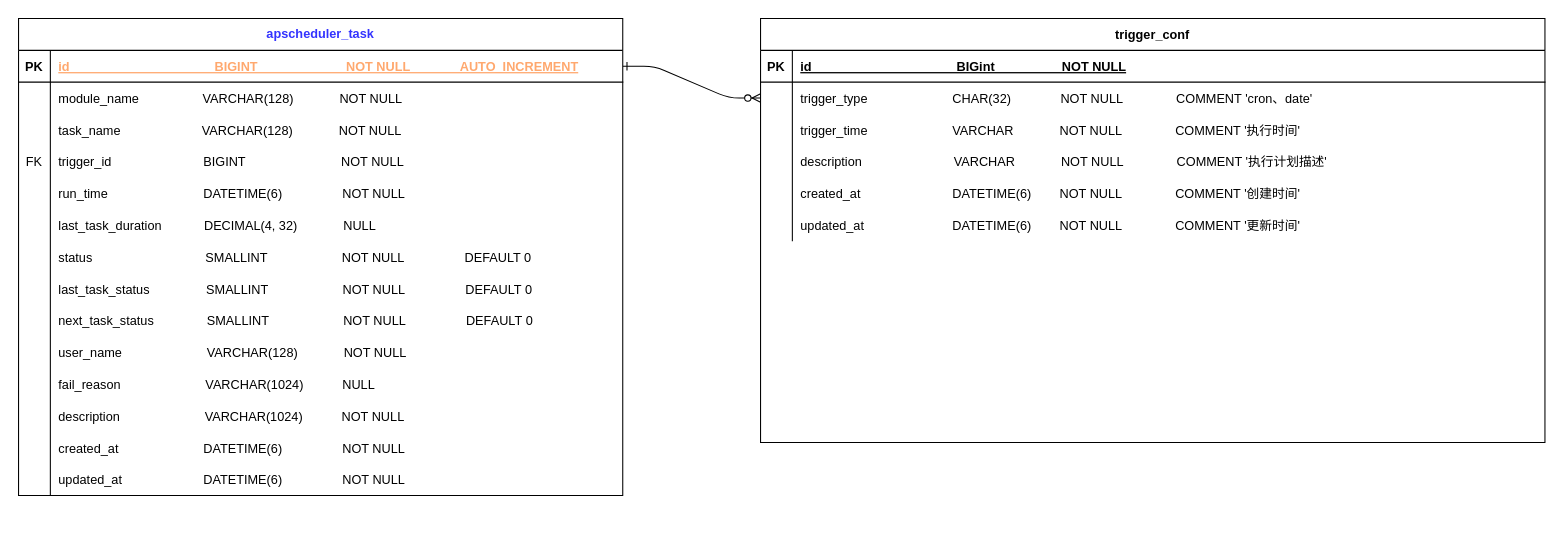
1325075688gw/-offer keeps this draw.io diagram as 未命名绘图.drawio. Above is the earlier version. Source tidied: cells renumbered, new cells numbered last; positions are measured from the earlier drawing's top-left corner, leaving out a move shared by most shapes. Both pictures are drawn from the tidied source at 106%, with x=0, y=0 at pixel (18, 18).
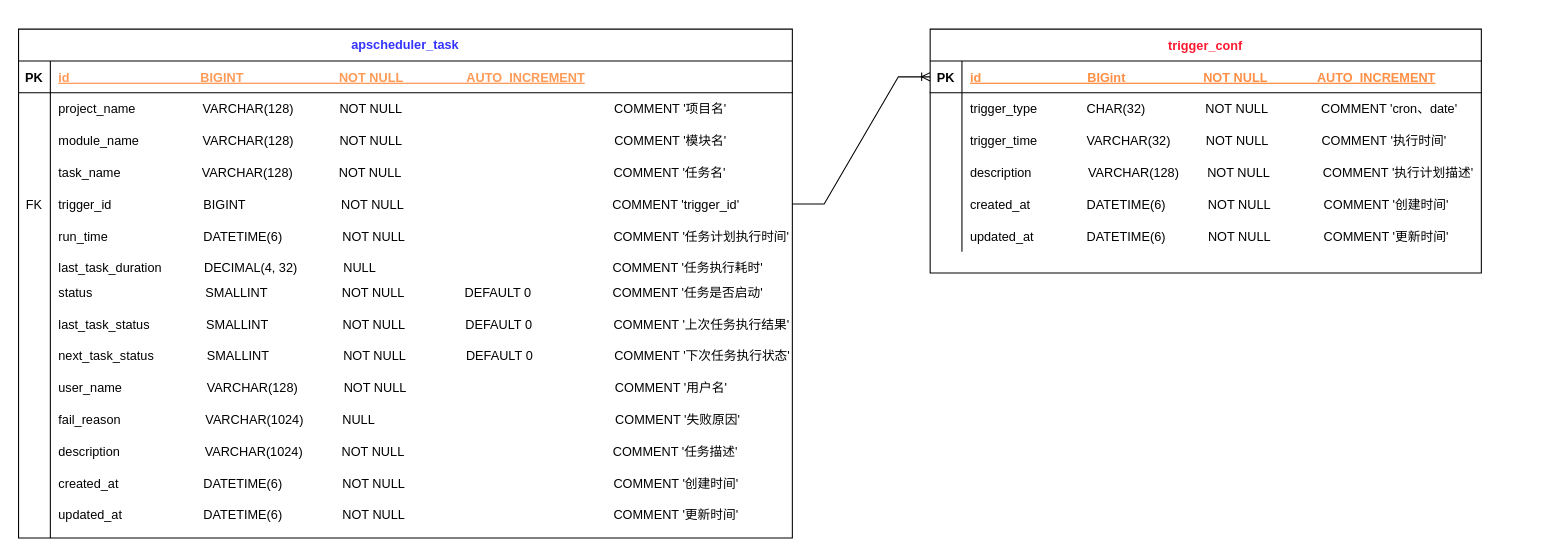
The same diagram, later.

Commit message:
更新未命名绘图.drawio

Change to the diagram source:
```diff
@@
-    <mxCell id="2" style="edgeStyle=entityRelationEdgeStyle;endArrow=ERzeroToMany;startArrow=ERone;endFill=1;startFill=0;" parent="1" edge="1" source="23" target="7">
-      <mxGeometry relative="1" as="geometry" />
-    </mxCell>
-    <mxCell id="3" value="trigger_conf" style="shape=table;startSize=30;childLayout=tableLayout;rowLines=0;fontStyle=1;align=center;swimlaneFillColor=default;" parent="1" vertex="1">
-      <mxGeometry x="700" width="740" height="400" as="geometry" />
+    <mxCell id="3" value="trigger_conf" style="shape=table;startSize=30;childLayout=tableLayout;rowLines=0;fontStyle=1;align=center;swimlaneFillColor=default;fontColor=#FF1930;" parent="1" vertex="1">
+      <mxGeometry x="860" y="10" width="520" height="230" as="geometry" />
     </mxCell>
     <mxCell id="4" style="shape=partialRectangle;fillColor=none;points=[[0,0.5],[1,0.5]];portConstraint=eastwest;top=0;left=0;right=0;bottom=1;" parent="3" vertex="1">
-      <mxGeometry y="30" width="740" height="30" as="geometry" />
+      <mxGeometry y="30" width="520" height="30" as="geometry" />
     </mxCell>
@@
-    <mxCell id="6" value="id                                         BIGint                   NOT NULL " style="shape=partialRectangle;overflow=hidden;fillColor=none;top=0;left=0;bottom=0;right=0;align=left;spacingLeft=6;fontStyle=5;" parent="4" vertex="1">
-      <mxGeometry x="30" width="710" height="30" as="geometry" />
+    <mxCell id="6" value="id                              BIGint                      NOT NULL              AUTO_INCREMENT " style="shape=partialRectangle;overflow=hidden;fillColor=none;top=0;left=0;bottom=0;right=0;align=left;spacingLeft=6;fontStyle=5;fontColor=#FF8F45;" parent="4" vertex="1">
+      <mxGeometry x="30" width="490" height="30" as="geometry" />
     </mxCell>
     <mxCell id="7" style="shape=partialRectangle;fillColor=none;points=[[0,0.5],[1,0.5]];portConstraint=eastwest;top=0;left=0;right=0;bottom=0;" parent="3" vertex="1">
-      <mxGeometry y="60" width="740" height="30" as="geometry" />
+      <mxGeometry y="60" width="520" height="30" as="geometry" />
     </mxCell>
@@
-    <mxCell id="9" value="trigger_type                        CHAR(32)              NOT NULL               COMMENT 'cron、date'" style="shape=partialRectangle;overflow=hidden;fillColor=none;top=0;left=0;bottom=0;right=0;align=left;spacingLeft=6;" parent="7" vertex="1">
-      <mxGeometry x="30" width="710" height="30" as="geometry" />
+    <mxCell id="9" value="trigger_type              CHAR(32)                 NOT NULL               COMMENT 'cron、date'" style="shape=partialRectangle;overflow=hidden;fillColor=none;top=0;left=0;bottom=0;right=0;align=left;spacingLeft=6;" parent="7" vertex="1">
+      <mxGeometry x="30" width="490" height="30" as="geometry" />
     </mxCell>
     <mxCell id="10" style="shape=partialRectangle;fillColor=none;top=0;left=0;right=0;bottom=0;" parent="3" vertex="1">
-      <mxGeometry y="90" width="740" height="30" as="geometry" />
+      <mxGeometry y="90" width="520" height="30" as="geometry" />
     </mxCell>
@@
-    <mxCell id="12" value="trigger_time                        VARCHAR             NOT NULL               COMMENT '执行时间'" style="shape=partialRectangle;overflow=hidden;fillColor=none;top=0;left=0;bottom=0;right=0;align=left;spacingLeft=6;" parent="10" vertex="1">
-      <mxGeometry x="30" width="710" height="30" as="geometry" />
+    <mxCell id="12" value="trigger_time              VARCHAR(32)          NOT NULL               COMMENT '执行时间'" style="shape=partialRectangle;overflow=hidden;fillColor=none;top=0;left=0;bottom=0;right=0;align=left;spacingLeft=6;" parent="10" vertex="1">
+      <mxGeometry x="30" width="490" height="30" as="geometry" />
     </mxCell>
     <mxCell id="13" style="shape=partialRectangle;fillColor=none;top=0;left=0;right=0;bottom=0;" parent="3" vertex="1">
-      <mxGeometry y="120" width="740" height="30" as="geometry" />
+      <mxGeometry y="120" width="520" height="30" as="geometry" />
     </mxCell>
@@
-    <mxCell id="15" value="description                          VARCHAR             NOT NULL               COMMENT '执行计划描述'" style="shape=partialRectangle;overflow=hidden;fillColor=none;top=0;left=0;bottom=0;right=0;align=left;spacingLeft=6;" parent="13" vertex="1">
-      <mxGeometry x="30" width="710" height="30" as="geometry" />
+    <mxCell id="15" value="description                VARCHAR(128)        NOT NULL               COMMENT '执行计划描述'" style="shape=partialRectangle;overflow=hidden;fillColor=none;top=0;left=0;bottom=0;right=0;align=left;spacingLeft=6;" parent="13" vertex="1">
+      <mxGeometry x="30" width="490" height="30" as="geometry" />
     </mxCell>
     <mxCell id="16" style="shape=partialRectangle;fillColor=none;top=0;left=0;right=0;bottom=0;" parent="3" vertex="1">
-      <mxGeometry y="150" width="740" height="30" as="geometry" />
+      <mxGeometry y="150" width="520" height="30" as="geometry" />
     </mxCell>
@@
-    <mxCell id="18" value="created_at                          DATETIME(6)        NOT NULL               COMMENT '创建时间'" style="shape=partialRectangle;overflow=hidden;fillColor=none;top=0;left=0;bottom=0;right=0;align=left;spacingLeft=6;" parent="16" vertex="1">
-      <mxGeometry x="30" width="710" height="30" as="geometry" />
+    <mxCell id="18" value="created_at                DATETIME(6)            NOT NULL               COMMENT '创建时间'" style="shape=partialRectangle;overflow=hidden;fillColor=none;top=0;left=0;bottom=0;right=0;align=left;spacingLeft=6;" parent="16" vertex="1">
+      <mxGeometry x="30" width="490" height="30" as="geometry" />
     </mxCell>
     <mxCell id="19" style="shape=partialRectangle;fillColor=none;top=0;left=0;right=0;bottom=0;" parent="3" vertex="1">
-      <mxGeometry y="180" width="740" height="30" as="geometry" />
+      <mxGeometry y="180" width="520" height="30" as="geometry" />
     </mxCell>
@@
-    <mxCell id="21" value="updated_at                         DATETIME(6)        NOT NULL               COMMENT '更新时间'" style="shape=partialRectangle;overflow=hidden;fillColor=none;top=0;left=0;bottom=0;right=0;align=left;spacingLeft=6;" parent="19" vertex="1">
-      <mxGeometry x="30" width="710" height="30" as="geometry" />
+    <mxCell id="21" value="updated_at               DATETIME(6)            NOT NULL               COMMENT '更新时间'" style="shape=partialRectangle;overflow=hidden;fillColor=none;top=0;left=0;bottom=0;right=0;align=left;spacingLeft=6;" parent="19" vertex="1">
+      <mxGeometry x="30" width="490" height="30" as="geometry" />
     </mxCell>
     <mxCell id="22" value="apscheduler_task" style="shape=table;startSize=30;childLayout=tableLayout;rowLines=0;fontStyle=1;align=center;fontColor=#3333FF;whiteSpace=wrap;swimlaneFillColor=default;gradientColor=none;" parent="1" vertex="1">
-      <mxGeometry width="570" height="450" as="geometry" />
+      <mxGeometry y="10" width="730" height="480" as="geometry" />
     </mxCell>
     <mxCell id="23" style="shape=partialRectangle;fillColor=none;points=[[0,0.5],[1,0.5]];portConstraint=eastwest;top=0;left=0;right=0;bottom=1;" parent="22" vertex="1">
-      <mxGeometry y="30" width="570" height="30" as="geometry" />
+      <mxGeometry y="30" width="730" height="30" as="geometry" />
     </mxCell>
@@
-    <mxCell id="25" value="id                                         BIGINT                         NOT NULL              AUTO_INCREMENT" style="shape=partialRectangle;overflow=hidden;fillColor=none;top=0;left=0;bottom=0;right=0;align=left;spacingLeft=6;fontStyle=5;fontColor=#FFA86E;" parent="23" vertex="1">
-      <mxGeometry x="30" width="540" height="30" as="geometry" />
+    <mxCell id="25" value="id                                     BIGINT                           NOT NULL                  AUTO_INCREMENT" style="shape=partialRectangle;overflow=hidden;fillColor=none;top=0;left=0;bottom=0;right=0;align=left;spacingLeft=6;fontStyle=5;fontColor=#FF9A57;" parent="23" vertex="1">
+      <mxGeometry x="30" width="700" height="30" as="geometry" />
     </mxCell>
     <mxCell id="26" style="shape=partialRectangle;fillColor=none;top=0;left=0;right=0;bottom=0;" parent="22" vertex="1">
-      <mxGeometry y="60" width="570" height="30" as="geometry" />
+      <mxGeometry y="60" width="730" height="30" as="geometry" />
     </mxCell>
@@
-    <mxCell id="28" value="module_name                  VARCHAR(128)             NOT NULL" style="shape=partialRectangle;overflow=hidden;fillColor=none;top=0;left=0;bottom=0;right=0;align=left;spacingLeft=6;strokeColor=#EDFAFF;" parent="26" vertex="1">
-      <mxGeometry x="30" width="540" height="30" as="geometry" />
+    <mxCell id="28" value="project_name                   VARCHAR(128)             NOT NULL                                                            COMMENT '项目名'" style="shape=partialRectangle;overflow=hidden;fillColor=none;top=0;left=0;bottom=0;right=0;align=left;spacingLeft=6;strokeColor=#EDFAFF;" parent="26" vertex="1">
+      <mxGeometry x="30" width="700" height="30" as="geometry" />
     </mxCell>
+    <mxCell id="65" style="shape=partialRectangle;fillColor=none;top=0;left=0;right=0;bottom=0;" parent="22" vertex="1">
+      <mxGeometry y="90" width="730" height="30" as="geometry" />
+    </mxCell>
+    <mxCell id="66" style="shape=partialRectangle;overflow=hidden;fillColor=none;top=0;left=0;bottom=0;right=0;" parent="65" vertex="1">
+      <mxGeometry width="30" height="30" as="geometry" />
+    </mxCell>
+    <mxCell id="67" value="module_name                  VARCHAR(128)             NOT NULL                                                            COMMENT '模块名'" style="shape=partialRectangle;overflow=hidden;fillColor=none;top=0;left=0;bottom=0;right=0;align=left;spacingLeft=6;strokeColor=#EDFAFF;" parent="65" vertex="1">
+      <mxGeometry x="30" width="700" height="30" as="geometry" />
+    </mxCell>
     <mxCell id="29" style="shape=partialRectangle;fillColor=none;top=0;left=0;right=0;bottom=0;" parent="22" vertex="1">
-      <mxGeometry y="90" width="570" height="30" as="geometry" />
+      <mxGeometry y="120" width="730" height="30" as="geometry" />
     </mxCell>
@@
-    <mxCell id="31" value="task_name                       VARCHAR(128)             NOT NULL" style="shape=partialRectangle;overflow=hidden;fillColor=none;top=0;left=0;bottom=0;right=0;align=left;spacingLeft=6;strokeColor=#EDFAFF;" parent="29" vertex="1">
-      <mxGeometry x="30" width="540" height="30" as="geometry" />
+    <mxCell id="31" value="task_name                       VARCHAR(128)             NOT NULL                                                            COMMENT '任务名'" style="shape=partialRectangle;overflow=hidden;fillColor=none;top=0;left=0;bottom=0;right=0;align=left;spacingLeft=6;strokeColor=#EDFAFF;" parent="29" vertex="1">
+      <mxGeometry x="30" width="700" height="30" as="geometry" />
     </mxCell>
     <mxCell id="32" style="shape=partialRectangle;fillColor=none;points=[[0,0.5],[1,0.5]];portConstraint=eastwest;top=0;left=0;right=0;bottom=0;" parent="22" vertex="1">
-      <mxGeometry y="120" width="570" height="30" as="geometry" />
+      <mxGeometry y="150" width="730" height="30" as="geometry" />
     </mxCell>
@@
-    <mxCell id="34" value="trigger_id                          BIGINT                           NOT NULL" style="shape=partialRectangle;overflow=hidden;fillColor=none;top=0;left=0;bottom=0;right=0;align=left;spacingLeft=6;strokeColor=#EDFAFF;" parent="32" vertex="1">
-      <mxGeometry x="30" width="540" height="30" as="geometry" />
+    <mxCell id="34" value="trigger_id                          BIGINT                           NOT NULL                                                           COMMENT 'trigger_id'" style="shape=partialRectangle;overflow=hidden;fillColor=none;top=0;left=0;bottom=0;right=0;align=left;spacingLeft=6;strokeColor=#EDFAFF;" parent="32" vertex="1">
+      <mxGeometry x="30" width="700" height="30" as="geometry" />
     </mxCell>
     <mxCell id="35" style="shape=partialRectangle;fillColor=none;top=0;left=0;right=0;bottom=0;" parent="22" vertex="1">
-      <mxGeometry y="150" width="570" height="30" as="geometry" />
+      <mxGeometry y="180" width="730" height="30" as="geometry" />
     </mxCell>
@@
-    <mxCell id="37" value="run_time                           DATETIME(6)                 NOT NULL" style="shape=partialRectangle;overflow=hidden;fillColor=none;top=0;left=0;bottom=0;right=0;align=left;spacingLeft=6;strokeColor=#EDFAFF;" parent="35" vertex="1">
-      <mxGeometry x="30" width="540" height="30" as="geometry" />
+    <mxCell id="37" value="run_time                           DATETIME(6)                 NOT NULL                                                           COMMENT '任务计划执行时间'" style="shape=partialRectangle;overflow=hidden;fillColor=none;top=0;left=0;bottom=0;right=0;align=left;spacingLeft=6;strokeColor=#EDFAFF;" parent="35" vertex="1">
+      <mxGeometry x="30" width="700" height="30" as="geometry" />
     </mxCell>
     <mxCell id="38" style="shape=partialRectangle;fillColor=none;top=0;left=0;right=0;bottom=0;" parent="22" vertex="1">
-      <mxGeometry y="180" width="570" height="30" as="geometry" />
+      <mxGeometry y="210" width="730" height="30" as="geometry" />
     </mxCell>
@@
-    <mxCell id="40" value="last_task_duration            DECIMAL(4, 32)             NULL                        " style="shape=partialRectangle;overflow=hidden;fillColor=none;top=0;left=0;bottom=0;right=0;align=left;spacingLeft=6;strokeColor=#EDFAFF;" parent="38" vertex="1">
-      <mxGeometry x="30" width="540" height="30" as="geometry" />
+    <mxCell id="40" value="last_task_duration            DECIMAL(4, 32)             NULL                                                                   COMMENT '任务执行耗时'" style="shape=partialRectangle;overflow=hidden;fillColor=none;top=0;left=0;bottom=0;right=0;align=left;spacingLeft=6;strokeColor=#EDFAFF;" parent="38" vertex="1">
+      <mxGeometry x="30" width="700" height="30" as="geometry" />
     </mxCell>
     <mxCell id="41" style="shape=partialRectangle;fillColor=none;top=0;left=0;right=0;bottom=0;" parent="22" vertex="1">
-      <mxGeometry y="210" width="570" height="30" as="geometry" />
+      <mxGeometry y="240" width="730" height="30" as="geometry" />
     </mxCell>
@@
-    <mxCell id="43" value="status                                SMALLINT                     NOT NULL                 DEFAULT 0 " style="shape=partialRectangle;overflow=hidden;fillColor=none;top=0;left=0;bottom=0;right=0;align=left;spacingLeft=6;strokeColor=#EDFAFF;" parent="41" vertex="1">
-      <mxGeometry x="30" width="540" height="30" as="geometry" />
+    <mxCell id="43" value="status                                SMALLINT                     NOT NULL                 DEFAULT 0                       COMMENT '任务是否启动'&#10;              " style="shape=partialRectangle;overflow=hidden;fillColor=none;top=0;left=0;bottom=0;right=0;align=left;spacingLeft=6;strokeColor=#EDFAFF;" parent="41" vertex="1">
+      <mxGeometry x="30" width="700" height="30" as="geometry" />
     </mxCell>
     <mxCell id="44" style="shape=partialRectangle;fillColor=none;top=0;left=0;right=0;bottom=0;" parent="22" vertex="1">
-      <mxGeometry y="240" width="570" height="30" as="geometry" />
+      <mxGeometry y="270" width="730" height="30" as="geometry" />
     </mxCell>
@@
-    <mxCell id="46" value="last_task_status                SMALLINT                     NOT NULL                 DEFAULT 0 " style="shape=partialRectangle;overflow=hidden;fillColor=none;top=0;left=0;bottom=0;right=0;align=left;spacingLeft=6;strokeColor=#EDFAFF;" parent="44" vertex="1">
-      <mxGeometry x="30" width="540" height="30" as="geometry" />
+    <mxCell id="46" value="last_task_status                SMALLINT                     NOT NULL                 DEFAULT 0                       COMMENT '上次任务执行结果'&#10; " style="shape=partialRectangle;overflow=hidden;fillColor=none;top=0;left=0;bottom=0;right=0;align=left;spacingLeft=6;strokeColor=#EDFAFF;" parent="44" vertex="1">
+      <mxGeometry x="30" width="700" height="30" as="geometry" />
     </mxCell>
     <mxCell id="47" style="shape=partialRectangle;fillColor=none;top=0;left=0;right=0;bottom=0;" parent="22" vertex="1">
-      <mxGeometry y="270" width="570" height="30" as="geometry" />
+      <mxGeometry y="300" width="730" height="30" as="geometry" />
     </mxCell>
@@
-    <mxCell id="49" value="next_task_status               SMALLINT                     NOT NULL                 DEFAULT 0" style="shape=partialRectangle;overflow=hidden;fillColor=none;top=0;left=0;bottom=0;right=0;align=left;spacingLeft=6;strokeColor=#EDFAFF;" parent="47" vertex="1">
-      <mxGeometry x="30" width="540" height="30" as="geometry" />
+    <mxCell id="49" value="next_task_status               SMALLINT                     NOT NULL                 DEFAULT 0                       COMMENT '下次任务执行状态'&#10; " style="shape=partialRectangle;overflow=hidden;fillColor=none;top=0;left=0;bottom=0;right=0;align=left;spacingLeft=6;strokeColor=#EDFAFF;" parent="47" vertex="1">
+      <mxGeometry x="30" width="700" height="30" as="geometry" />
     </mxCell>
     <mxCell id="50" style="shape=partialRectangle;fillColor=none;top=0;left=0;right=0;bottom=0;" parent="22" vertex="1">
-      <mxGeometry y="300" width="570" height="30" as="geometry" />
+      <mxGeometry y="330" width="730" height="30" as="geometry" />
     </mxCell>
@@
-    <mxCell id="52" value="user_name                        VARCHAR(128)             NOT NULL" style="shape=partialRectangle;overflow=hidden;fillColor=none;top=0;left=0;bottom=0;right=0;align=left;spacingLeft=6;strokeColor=#EDFAFF;" parent="50" vertex="1">
-      <mxGeometry x="30" width="540" height="30" as="geometry" />
+    <mxCell id="52" value="user_name                        VARCHAR(128)             NOT NULL                                                           COMMENT '用户名'&#10; " style="shape=partialRectangle;overflow=hidden;fillColor=none;top=0;left=0;bottom=0;right=0;align=left;spacingLeft=6;strokeColor=#EDFAFF;" parent="50" vertex="1">
+      <mxGeometry x="30" width="700" height="30" as="geometry" />
     </mxCell>
     <mxCell id="53" style="shape=partialRectangle;fillColor=none;top=0;left=0;right=0;bottom=0;" parent="22" vertex="1">
-      <mxGeometry y="330" width="570" height="30" as="geometry" />
+      <mxGeometry y="360" width="730" height="30" as="geometry" />
     </mxCell>
@@
-    <mxCell id="55" value="fail_reason                        VARCHAR(1024)           NULL" style="shape=partialRectangle;overflow=hidden;fillColor=none;top=0;left=0;bottom=0;right=0;align=left;spacingLeft=6;strokeColor=#EDFAFF;" parent="53" vertex="1">
-      <mxGeometry x="30" width="540" height="30" as="geometry" />
+    <mxCell id="55" value="fail_reason                        VARCHAR(1024)           NULL                                                                    COMMENT '失败原因'&#10; " style="shape=partialRectangle;overflow=hidden;fillColor=none;top=0;left=0;bottom=0;right=0;align=left;spacingLeft=6;strokeColor=#EDFAFF;" parent="53" vertex="1">
+      <mxGeometry x="30" width="700" height="30" as="geometry" />
     </mxCell>
     <mxCell id="56" style="shape=partialRectangle;fillColor=none;top=0;left=0;right=0;bottom=0;" parent="22" vertex="1">
-      <mxGeometry y="360" width="570" height="30" as="geometry" />
+      <mxGeometry y="390" width="730" height="30" as="geometry" />
     </mxCell>
@@
-    <mxCell id="58" value="description                        VARCHAR(1024)           NOT NULL" style="shape=partialRectangle;overflow=hidden;fillColor=none;top=0;left=0;bottom=0;right=0;align=left;spacingLeft=6;strokeColor=#EDFAFF;" parent="56" vertex="1">
-      <mxGeometry x="30" width="540" height="30" as="geometry" />
+    <mxCell id="58" value="description                        VARCHAR(1024)           NOT NULL                                                           COMMENT '任务描述'&#10; " style="shape=partialRectangle;overflow=hidden;fillColor=none;top=0;left=0;bottom=0;right=0;align=left;spacingLeft=6;strokeColor=#EDFAFF;" parent="56" vertex="1">
+      <mxGeometry x="30" width="700" height="30" as="geometry" />
     </mxCell>
     <mxCell id="59" style="shape=partialRectangle;fillColor=none;top=0;left=0;right=0;bottom=0;" parent="22" vertex="1">
-      <mxGeometry y="390" width="570" height="30" as="geometry" />
+      <mxGeometry y="420" width="730" height="30" as="geometry" />
     </mxCell>
@@
-    <mxCell id="61" value="created_at                        DATETIME(6)                 NOT NULL" style="shape=partialRectangle;overflow=hidden;fillColor=none;top=0;left=0;bottom=0;right=0;align=left;spacingLeft=6;strokeColor=#EDFAFF;" parent="59" vertex="1">
-      <mxGeometry x="30" width="540" height="30" as="geometry" />
+    <mxCell id="61" value="created_at                        DATETIME(6)                 NOT NULL                                                           COMMENT '创建时间'&#10; " style="shape=partialRectangle;overflow=hidden;fillColor=none;top=0;left=0;bottom=0;right=0;align=left;spacingLeft=6;strokeColor=#EDFAFF;" parent="59" vertex="1">
+      <mxGeometry x="30" width="700" height="30" as="geometry" />
     </mxCell>
     <mxCell id="62" style="shape=partialRectangle;fillColor=none;top=0;left=0;right=0;bottom=0;" parent="22" vertex="1">
-      <mxGeometry y="420" width="570" height="30" as="geometry" />
+      <mxGeometry y="450" width="730" height="30" as="geometry" />
     </mxCell>
@@
-    <mxCell id="64" value="updated_at                       DATETIME(6)                 NOT NULL" style="shape=partialRectangle;overflow=hidden;fillColor=none;top=0;left=0;bottom=0;right=0;align=left;spacingLeft=6;strokeColor=#EDFAFF;" parent="62" vertex="1">
-      <mxGeometry x="30" width="540" height="30" as="geometry" />
+    <mxCell id="64" value="updated_at                       DATETIME(6)                 NOT NULL                                                           COMMENT '更新时间'&#10; " style="shape=partialRectangle;overflow=hidden;fillColor=none;top=0;left=0;bottom=0;right=0;align=left;spacingLeft=6;strokeColor=#EDFAFF;" parent="62" vertex="1">
+      <mxGeometry x="30" width="700" height="30" as="geometry" />
     </mxCell>
+    <mxCell id="68" style="edgeStyle=entityRelationEdgeStyle;fontSize=12;html=1;endArrow=ERoneToMany;rounded=0;entryX=0;entryY=0.5;entryDx=0;entryDy=0;exitX=1;exitY=0.5;exitDx=0;exitDy=0;" parent="1" edge="1" source="32" target="4">
+      <mxGeometry relative="1" as="geometry" />
+    </mxCell>
```
